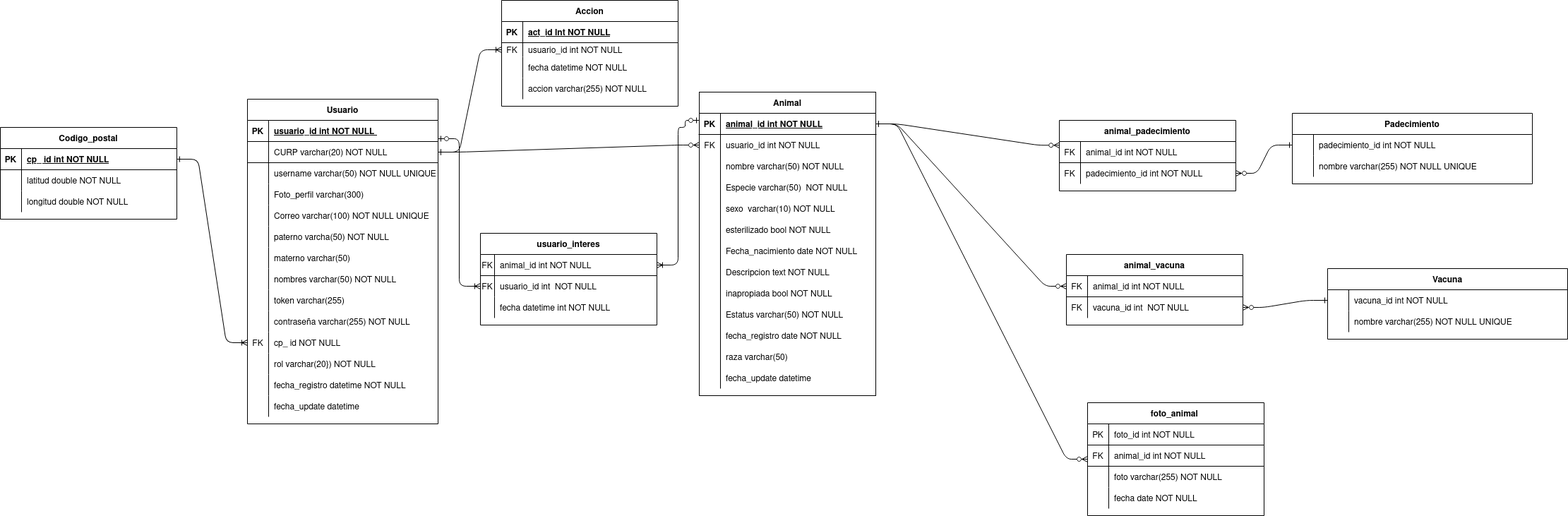
Earlier version of the draw.io export database/relacional.png (ids-fciencias-7009-2026-2/kotliners-adopta-perrito-demo-api). Source tidied: cells renumbered, new cells last; positions are measured from the earlier drawing's top-left corner, leaving out a move shared by most shapes.
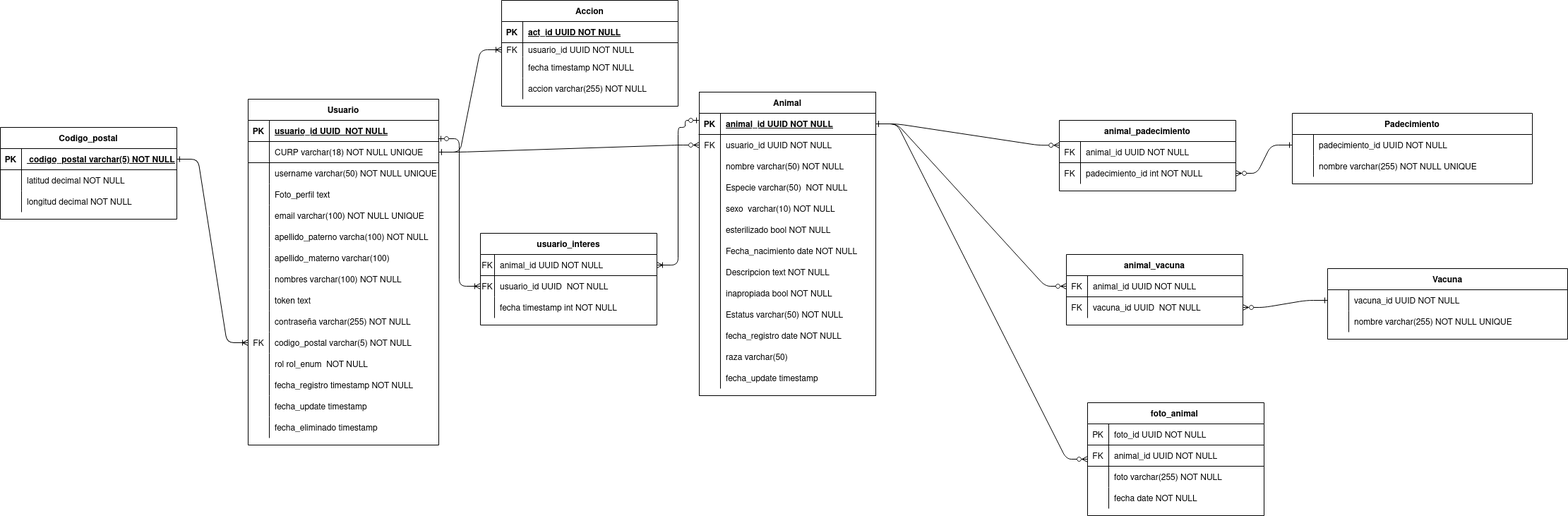
The same diagram one commit later.

Diff of the diagram source:
```diff
@@ -16,3 +16,3 @@
     </mxCell>
-    <mxCell id="6" value="animal_id int NOT NULL " style="shape=partialRectangle;overflow=hidden;fillColor=none;top=0;left=0;bottom=0;right=0;align=left;spacingLeft=6;fontStyle=5;" parent="4" vertex="1">
+    <mxCell id="6" value="animal_id UUID NOT NULL " style="shape=partialRectangle;overflow=hidden;fillColor=none;top=0;left=0;bottom=0;right=0;align=left;spacingLeft=6;fontStyle=5;" parent="4" vertex="1">
       <mxGeometry x="30" width="220" height="30" as="geometry" />
@@ -25,3 +25,3 @@
     </mxCell>
-    <mxCell id="9" value="usuario_id int NOT NULL" style="shape=partialRectangle;overflow=hidden;fillColor=none;top=0;left=0;bottom=0;right=0;align=left;spacingLeft=6;" parent="7" vertex="1">
+    <mxCell id="9" value="usuario_id UUID NOT NULL" style="shape=partialRectangle;overflow=hidden;fillColor=none;top=0;left=0;bottom=0;right=0;align=left;spacingLeft=6;" parent="7" vertex="1">
       <mxGeometry x="30" width="220" height="30" as="geometry" />
@@ -124,3 +124,3 @@
     </mxCell>
-    <mxCell id="42" value="fecha_update datetime " style="shape=partialRectangle;overflow=hidden;fillColor=none;top=0;left=0;bottom=0;right=0;align=left;spacingLeft=6;" parent="40" vertex="1">
+    <mxCell id="42" value="fecha_update timestamp " style="shape=partialRectangle;overflow=hidden;fillColor=none;top=0;left=0;bottom=0;right=0;align=left;spacingLeft=6;" parent="40" vertex="1">
       <mxGeometry x="30" width="220" height="30" as="geometry" />
@@ -128,3 +128,3 @@
     <mxCell id="43" value="Usuario" style="shape=table;startSize=30;rowLines=0;fontStyle=1;align=center;" parent="1" vertex="1">
-      <mxGeometry x="350" y="140" width="270" height="460" as="geometry" />
+      <mxGeometry x="351" y="140" width="270" height="490" as="geometry" />
     </mxCell>
@@ -136,3 +136,3 @@
     </mxCell>
-    <mxCell id="46" value="usuario_id int NOT NULL " style="shape=partialRectangle;overflow=hidden;fillColor=none;top=0;left=0;bottom=0;right=0;align=left;spacingLeft=6;fontStyle=5;" parent="44" vertex="1">
+    <mxCell id="46" value="usuario_id UUID  NOT NULL" style="shape=partialRectangle;overflow=hidden;fillColor=none;top=0;left=0;bottom=0;right=0;align=left;spacingLeft=6;fontStyle=5;" parent="44" vertex="1">
       <mxGeometry x="30" width="240" height="30" as="geometry" />
@@ -145,3 +145,3 @@
     </mxCell>
-    <mxCell id="49" value="CURP varchar(20) NOT NULL " style="shape=partialRectangle;overflow=hidden;fillColor=none;top=0;left=0;bottom=0;right=0;align=left;spacingLeft=6;fontStyle=0;" parent="47" vertex="1">
+    <mxCell id="49" value="CURP varchar(18) NOT NULL UNIQUE" style="shape=partialRectangle;overflow=hidden;fillColor=none;top=0;left=0;bottom=0;right=0;align=left;spacingLeft=6;fontStyle=0;" parent="47" vertex="1">
       <mxGeometry x="30" width="240" height="30" as="geometry" />
@@ -163,3 +163,3 @@
     </mxCell>
-    <mxCell id="55" value="Foto_perfil varchar(300) " style="shape=partialRectangle;overflow=hidden;fillColor=none;top=0;left=0;bottom=0;right=0;align=left;spacingLeft=6;" parent="53" vertex="1">
+    <mxCell id="55" value="Foto_perfil text" style="shape=partialRectangle;overflow=hidden;fillColor=none;top=0;left=0;bottom=0;right=0;align=left;spacingLeft=6;" parent="53" vertex="1">
       <mxGeometry x="30" width="240" height="30" as="geometry" />
@@ -172,3 +172,3 @@
     </mxCell>
-    <mxCell id="58" value="Correo varchar(100) NOT NULL UNIQUE" style="shape=partialRectangle;overflow=hidden;fillColor=none;top=0;left=0;bottom=0;right=0;align=left;spacingLeft=6;" parent="56" vertex="1">
+    <mxCell id="58" value="email varchar(100) NOT NULL UNIQUE" style="shape=partialRectangle;overflow=hidden;fillColor=none;top=0;left=0;bottom=0;right=0;align=left;spacingLeft=6;" parent="56" vertex="1">
       <mxGeometry x="30" width="240" height="30" as="geometry" />
@@ -181,3 +181,3 @@
     </mxCell>
-    <mxCell id="61" value="paterno varcha(50) NOT NULL" style="shape=partialRectangle;overflow=hidden;fillColor=none;top=0;left=0;bottom=0;right=0;align=left;spacingLeft=6;" parent="59" vertex="1">
+    <mxCell id="61" value="apellido_paterno varcha(100) NOT NULL" style="shape=partialRectangle;overflow=hidden;fillColor=none;top=0;left=0;bottom=0;right=0;align=left;spacingLeft=6;" parent="59" vertex="1">
       <mxGeometry x="30" width="240" height="30" as="geometry" />
@@ -190,3 +190,3 @@
     </mxCell>
-    <mxCell id="64" value="materno varchar(50) " style="shape=partialRectangle;overflow=hidden;fillColor=none;top=0;left=0;bottom=0;right=0;align=left;spacingLeft=6;" parent="62" vertex="1">
+    <mxCell id="64" value="apellido_materno varchar(100) " style="shape=partialRectangle;overflow=hidden;fillColor=none;top=0;left=0;bottom=0;right=0;align=left;spacingLeft=6;" parent="62" vertex="1">
       <mxGeometry x="30" width="240" height="30" as="geometry" />
@@ -199,3 +199,3 @@
     </mxCell>
-    <mxCell id="67" value="nombres varchar(50) NOT NULL" style="shape=partialRectangle;overflow=hidden;fillColor=none;top=0;left=0;bottom=0;right=0;align=left;spacingLeft=6;" parent="65" vertex="1">
+    <mxCell id="67" value="nombres varchar(100) NOT NULL" style="shape=partialRectangle;overflow=hidden;fillColor=none;top=0;left=0;bottom=0;right=0;align=left;spacingLeft=6;" parent="65" vertex="1">
       <mxGeometry x="30" width="240" height="30" as="geometry" />
@@ -208,3 +208,3 @@
     </mxCell>
-    <mxCell id="70" value="token varchar(255) " style="shape=partialRectangle;overflow=hidden;fillColor=none;top=0;left=0;bottom=0;right=0;align=left;spacingLeft=6;" parent="68" vertex="1">
+    <mxCell id="70" value="token text" style="shape=partialRectangle;overflow=hidden;fillColor=none;top=0;left=0;bottom=0;right=0;align=left;spacingLeft=6;" parent="68" vertex="1">
       <mxGeometry x="30" width="240" height="30" as="geometry" />
@@ -226,3 +226,3 @@
     </mxCell>
-    <mxCell id="76" value="cp_ id NOT NULL" style="shape=partialRectangle;overflow=hidden;fillColor=none;top=0;left=0;bottom=0;right=0;align=left;spacingLeft=6;" parent="74" vertex="1">
+    <mxCell id="76" value="codigo_postal varchar(5) NOT NULL" style="shape=partialRectangle;overflow=hidden;fillColor=none;top=0;left=0;bottom=0;right=0;align=left;spacingLeft=6;" parent="74" vertex="1">
       <mxGeometry x="30" width="240" height="30" as="geometry" />
@@ -235,3 +235,3 @@
     </mxCell>
-    <mxCell id="79" value="rol varchar(20}) NOT NULL" style="shape=partialRectangle;overflow=hidden;fillColor=none;top=0;left=0;bottom=0;right=0;align=left;spacingLeft=6;" parent="77" vertex="1">
+    <mxCell id="79" value="rol rol_enum  NOT NULL" style="shape=partialRectangle;overflow=hidden;fillColor=none;top=0;left=0;bottom=0;right=0;align=left;spacingLeft=6;" parent="77" vertex="1">
       <mxGeometry x="30" width="240" height="30" as="geometry" />
@@ -244,3 +244,3 @@
     </mxCell>
-    <mxCell id="82" value="fecha_registro datetime NOT NULL" style="shape=partialRectangle;overflow=hidden;fillColor=none;top=0;left=0;bottom=0;right=0;align=left;spacingLeft=6;" parent="80" vertex="1">
+    <mxCell id="82" value="fecha_registro timestamp NOT NULL" style="shape=partialRectangle;overflow=hidden;fillColor=none;top=0;left=0;bottom=0;right=0;align=left;spacingLeft=6;" parent="80" vertex="1">
       <mxGeometry x="30" width="240" height="30" as="geometry" />
@@ -253,5 +253,14 @@
     </mxCell>
-    <mxCell id="85" value="fecha_update datetime" style="shape=partialRectangle;overflow=hidden;fillColor=none;top=0;left=0;bottom=0;right=0;align=left;spacingLeft=6;" parent="83" vertex="1">
+    <mxCell id="85" value="fecha_update timestamp" style="shape=partialRectangle;overflow=hidden;fillColor=none;top=0;left=0;bottom=0;right=0;align=left;spacingLeft=6;" parent="83" vertex="1">
       <mxGeometry x="30" width="240" height="30" as="geometry" />
     </mxCell>
+    <mxCell id="169" style="shape=partialRectangle;fillColor=none;top=0;left=0;right=0;bottom=0;" parent="43" vertex="1">
+      <mxGeometry y="450" width="270" height="30" as="geometry" />
+    </mxCell>
+    <mxCell id="170" style="shape=partialRectangle;overflow=hidden;fillColor=none;top=0;left=0;bottom=0;right=0;" parent="169" vertex="1">
+      <mxGeometry width="30" height="30" as="geometry" />
+    </mxCell>
+    <mxCell id="171" value="fecha_eliminado timestamp" style="shape=partialRectangle;overflow=hidden;fillColor=none;top=0;left=0;bottom=0;right=0;align=left;spacingLeft=6;" parent="169" vertex="1">
+      <mxGeometry x="30" width="240" height="30" as="geometry" />
+    </mxCell>
     <mxCell id="86" value="Codigo_postal" style="shape=table;startSize=30;rowLines=0;fontStyle=1;align=center;" parent="1" vertex="1">
@@ -265,3 +274,3 @@
     </mxCell>
-    <mxCell id="89" value="cp_ id int NOT NULL " style="shape=partialRectangle;overflow=hidden;fillColor=none;top=0;left=0;bottom=0;right=0;align=left;spacingLeft=6;fontStyle=5;" parent="87" vertex="1">
+    <mxCell id="89" value=" codigo_postal varchar(5) NOT NULL " style="shape=partialRectangle;overflow=hidden;fillColor=none;top=0;left=0;bottom=0;right=0;align=left;spacingLeft=6;fontStyle=5;" parent="87" vertex="1">
       <mxGeometry x="30" width="220" height="30" as="geometry" />
@@ -274,3 +283,3 @@
     </mxCell>
-    <mxCell id="92" value="latitud double NOT NULL " style="shape=partialRectangle;overflow=hidden;fillColor=none;top=0;left=0;bottom=0;right=0;align=left;spacingLeft=6;" parent="90" vertex="1">
+    <mxCell id="92" value="latitud decimal NOT NULL " style="shape=partialRectangle;overflow=hidden;fillColor=none;top=0;left=0;bottom=0;right=0;align=left;spacingLeft=6;" parent="90" vertex="1">
       <mxGeometry x="30" width="220" height="30" as="geometry" />
@@ -283,3 +292,3 @@
     </mxCell>
-    <mxCell id="95" value="longitud double NOT NULL" style="shape=partialRectangle;overflow=hidden;fillColor=none;top=0;left=0;bottom=0;right=0;align=left;spacingLeft=6;" parent="93" vertex="1">
+    <mxCell id="95" value="longitud decimal NOT NULL" style="shape=partialRectangle;overflow=hidden;fillColor=none;top=0;left=0;bottom=0;right=0;align=left;spacingLeft=6;" parent="93" vertex="1">
       <mxGeometry x="30" width="220" height="30" as="geometry" />
@@ -295,3 +304,3 @@
     </mxCell>
-    <mxCell id="99" value="act_id Int NOT NULL" style="shape=partialRectangle;overflow=hidden;fillColor=none;top=0;left=0;bottom=0;right=0;align=left;spacingLeft=6;fontStyle=5;" parent="97" vertex="1">
+    <mxCell id="99" value="act_id UUID NOT NULL" style="shape=partialRectangle;overflow=hidden;fillColor=none;top=0;left=0;bottom=0;right=0;align=left;spacingLeft=6;fontStyle=5;" parent="97" vertex="1">
       <mxGeometry x="30" width="220" height="30" as="geometry" />
@@ -304,3 +313,3 @@
     </mxCell>
-    <mxCell id="102" value="usuario_id int NOT NULL" style="shape=partialRectangle;overflow=hidden;fillColor=none;top=0;left=0;bottom=0;right=0;align=left;spacingLeft=6;" parent="100" vertex="1">
+    <mxCell id="102" value="usuario_id UUID NOT NULL" style="shape=partialRectangle;overflow=hidden;fillColor=none;top=0;left=0;bottom=0;right=0;align=left;spacingLeft=6;" parent="100" vertex="1">
       <mxGeometry x="30" width="220" height="20" as="geometry" />
@@ -313,3 +322,3 @@
     </mxCell>
-    <mxCell id="105" value="fecha datetime NOT NULL" style="shape=partialRectangle;overflow=hidden;fillColor=none;top=0;left=0;bottom=0;right=0;align=left;spacingLeft=6;" parent="103" vertex="1">
+    <mxCell id="105" value="fecha timestamp NOT NULL" style="shape=partialRectangle;overflow=hidden;fillColor=none;top=0;left=0;bottom=0;right=0;align=left;spacingLeft=6;" parent="103" vertex="1">
       <mxGeometry x="30" width="220" height="30" as="geometry" />
@@ -334,3 +343,3 @@
     </mxCell>
-    <mxCell id="112" value="animal_id int NOT NULL " style="shape=partialRectangle;overflow=hidden;fillColor=none;top=0;left=0;bottom=0;right=0;align=left;spacingLeft=6;fontStyle=0;" parent="110" vertex="1">
+    <mxCell id="112" value="animal_id UUID NOT NULL " style="shape=partialRectangle;overflow=hidden;fillColor=none;top=0;left=0;bottom=0;right=0;align=left;spacingLeft=6;fontStyle=0;" parent="110" vertex="1">
       <mxGeometry x="20" width="230" height="30" as="geometry" />
@@ -343,3 +352,3 @@
     </mxCell>
-    <mxCell id="115" value="usuario_id int  NOT NULL" style="shape=partialRectangle;overflow=hidden;fillColor=none;top=0;left=0;bottom=0;right=0;align=left;spacingLeft=6;" parent="113" vertex="1">
+    <mxCell id="115" value="usuario_id UUID  NOT NULL" style="shape=partialRectangle;overflow=hidden;fillColor=none;top=0;left=0;bottom=0;right=0;align=left;spacingLeft=6;" parent="113" vertex="1">
       <mxGeometry x="20" width="230" height="30" as="geometry" />
@@ -352,3 +361,3 @@
     </mxCell>
-    <mxCell id="118" value="fecha datetime int NOT NULL" style="shape=partialRectangle;overflow=hidden;fillColor=none;top=0;left=0;bottom=0;right=0;align=left;spacingLeft=6;" parent="116" vertex="1">
+    <mxCell id="118" value="fecha timestamp int NOT NULL" style="shape=partialRectangle;overflow=hidden;fillColor=none;top=0;left=0;bottom=0;right=0;align=left;spacingLeft=6;" parent="116" vertex="1">
       <mxGeometry x="20" width="230" height="30" as="geometry" />
@@ -367,3 +376,3 @@
     </mxCell>
-    <mxCell id="123" value="animal_id int NOT NULL " style="shape=partialRectangle;overflow=hidden;fillColor=none;top=0;left=0;bottom=0;right=0;align=left;spacingLeft=6;fontStyle=0;" parent="121" vertex="1">
+    <mxCell id="123" value="animal_id UUID NOT NULL " style="shape=partialRectangle;overflow=hidden;fillColor=none;top=0;left=0;bottom=0;right=0;align=left;spacingLeft=6;fontStyle=0;" parent="121" vertex="1">
       <mxGeometry x="30" width="220" height="30" as="geometry" />
@@ -388,3 +397,3 @@
     </mxCell>
-    <mxCell id="130" value="animal_id int NOT NULL " style="shape=partialRectangle;overflow=hidden;fillColor=none;top=0;left=0;bottom=0;right=0;align=left;spacingLeft=6;fontStyle=0;" parent="128" vertex="1">
+    <mxCell id="130" value="animal_id UUID NOT NULL " style="shape=partialRectangle;overflow=hidden;fillColor=none;top=0;left=0;bottom=0;right=0;align=left;spacingLeft=6;fontStyle=0;" parent="128" vertex="1">
       <mxGeometry x="30" width="220" height="30" as="geometry" />
@@ -397,3 +406,3 @@
     </mxCell>
-    <mxCell id="133" value="vacuna_id int  NOT NULL" style="shape=partialRectangle;overflow=hidden;fillColor=none;top=0;left=0;bottom=0;right=0;align=left;spacingLeft=6;" parent="131" vertex="1">
+    <mxCell id="133" value="vacuna_id UUID  NOT NULL" style="shape=partialRectangle;overflow=hidden;fillColor=none;top=0;left=0;bottom=0;right=0;align=left;spacingLeft=6;" parent="131" vertex="1">
       <mxGeometry x="30" width="220" height="30" as="geometry" />
@@ -430,3 +439,3 @@
     </mxCell>
-    <mxCell id="141" value="foto_id int NOT NULL" style="shape=partialRectangle;overflow=hidden;fillColor=none;top=0;left=0;bottom=0;right=0;align=left;spacingLeft=6;fontStyle=0;" parent="139" vertex="1">
+    <mxCell id="141" value="foto_id UUID NOT NULL" style="shape=partialRectangle;overflow=hidden;fillColor=none;top=0;left=0;bottom=0;right=0;align=left;spacingLeft=6;fontStyle=0;" parent="139" vertex="1">
       <mxGeometry x="30" width="220" height="30" as="geometry" />
@@ -439,3 +448,3 @@
     </mxCell>
-    <mxCell id="144" value="animal_id int NOT NULL " style="shape=partialRectangle;overflow=hidden;fillColor=none;top=0;left=0;bottom=0;right=0;align=left;spacingLeft=6;fontStyle=0;" parent="142" vertex="1">
+    <mxCell id="144" value="animal_id UUID NOT NULL " style="shape=partialRectangle;overflow=hidden;fillColor=none;top=0;left=0;bottom=0;right=0;align=left;spacingLeft=6;fontStyle=0;" parent="142" vertex="1">
       <mxGeometry x="30" width="220" height="30" as="geometry" />
@@ -475,3 +484,3 @@
     </mxCell>
-    <mxCell id="156" value="padecimiento_id int NOT NULL" style="shape=partialRectangle;overflow=hidden;fillColor=none;top=0;left=0;bottom=0;right=0;align=left;spacingLeft=6;" parent="154" vertex="1">
+    <mxCell id="156" value="padecimiento_id UUID NOT NULL" style="shape=partialRectangle;overflow=hidden;fillColor=none;top=0;left=0;bottom=0;right=0;align=left;spacingLeft=6;" parent="154" vertex="1">
       <mxGeometry x="30" width="310" height="30" as="geometry" />
@@ -496,3 +505,3 @@
     </mxCell>
-    <mxCell id="163" value="vacuna_id int NOT NULL" style="shape=partialRectangle;overflow=hidden;fillColor=none;top=0;left=0;bottom=0;right=0;align=left;spacingLeft=6;" parent="161" vertex="1">
+    <mxCell id="163" value="vacuna_id UUID NOT NULL" style="shape=partialRectangle;overflow=hidden;fillColor=none;top=0;left=0;bottom=0;right=0;align=left;spacingLeft=6;" parent="161" vertex="1">
       <mxGeometry x="30" width="310" height="30" as="geometry" />
```
